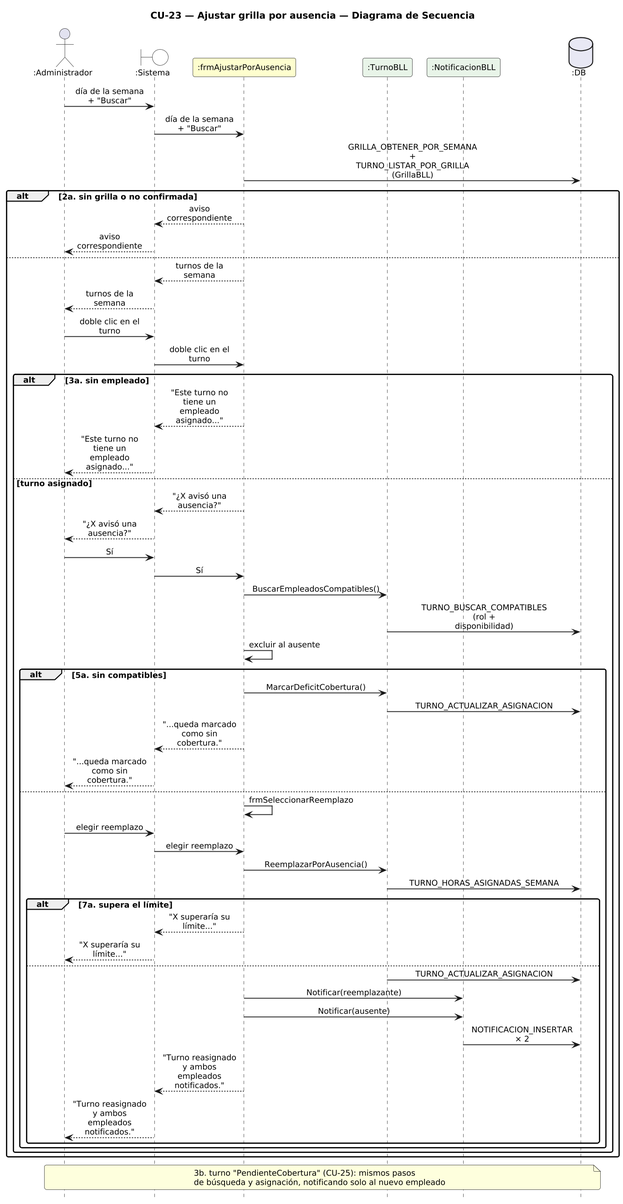
Urrels/ingenieria_software keeps this PlantUML diagram as DIAGRAMAS/DiagramaSecuencia_CU23_AjustarGrillaAusencia.png. Above is the earlier version.
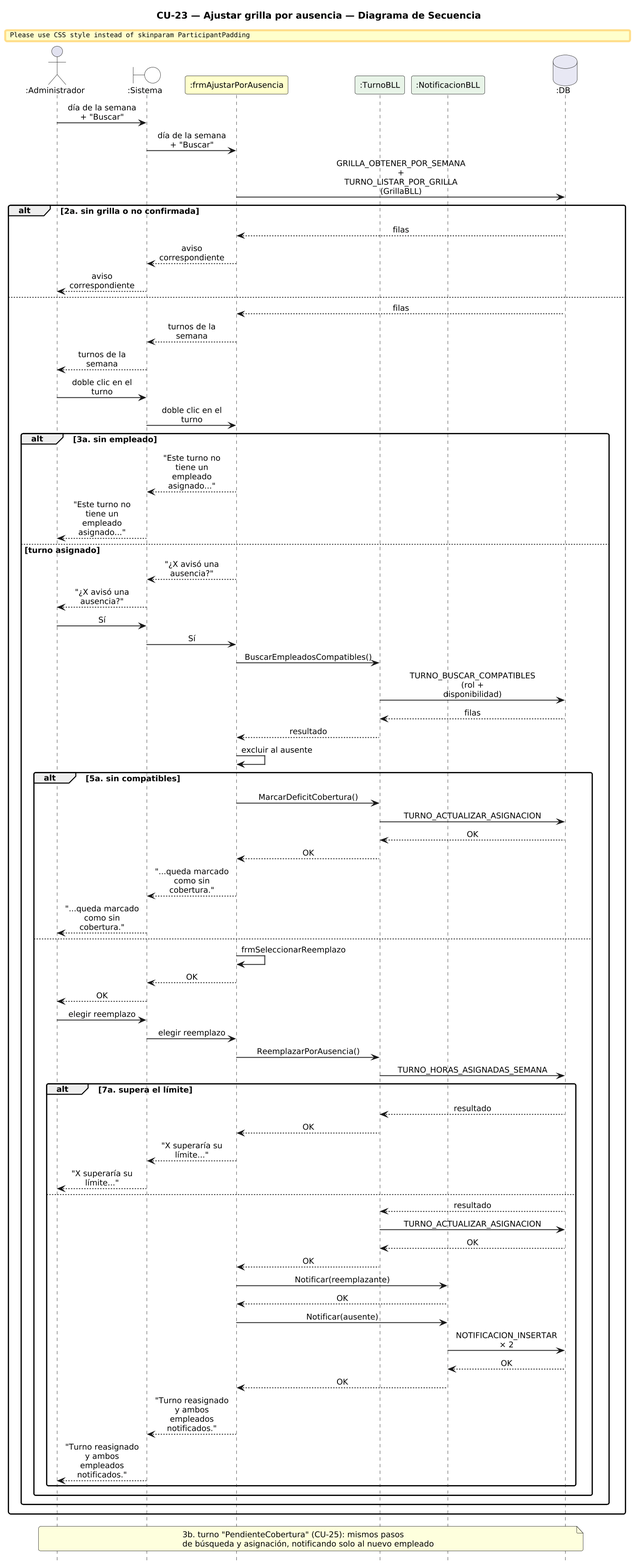
After the change.

Change to the diagram source:
```diff
@@ -24,9 +24,11 @@
 SYS -> F : día de la semana + "Buscar"
 F -> DB : GRILLA_OBTENER_POR_SEMANA\n+ TURNO_LISTAR_POR_GRILLA\n(GrillaBLL)
 alt 2a. sin grilla o no confirmada
+  DB --> F : filas
   F --> SYS : aviso correspondiente
   SYS --> A : aviso correspondiente
 else
+  DB --> F : filas
   F --> SYS : turnos de la semana
   SYS --> A : turnos de la semana
   A -> SYS : doble clic en el turno
@@ -41,26 +43,40 @@
     SYS -> F : Sí
     F -> T : BuscarEmpleadosCompatibles()
     T -> DB : TURNO_BUSCAR_COMPATIBLES\n(rol + disponibilidad)
+    DB --> T : filas
+    T --> F : resultado
     F -> F : excluir al ausente
     alt 5a. sin compatibles
       F -> T : MarcarDeficitCobertura()
       T -> DB : TURNO_ACTUALIZAR_ASIGNACION
+      DB --> T : OK
+      T --> F : OK
       F --> SYS : "...queda marcado\ncomo sin cobertura."
       SYS --> A : "...queda marcado\ncomo sin cobertura."
     else
       F -> F : frmSeleccionarReemplazo
+      F --> SYS : OK
+      SYS --> A : OK
       A -> SYS : elegir reemplazo
       SYS -> F : elegir reemplazo
       F -> T : ReemplazarPorAusencia()
       T -> DB : TURNO_HORAS_ASIGNADAS_SEMANA
       alt 7a. supera el límite
+        DB --> T : resultado
+        T --> F : OK
         F --> SYS : "X superaría su límite..."
         SYS --> A : "X superaría su límite..."
       else
+        DB --> T : resultado
         T -> DB : TURNO_ACTUALIZAR_ASIGNACION
+        DB --> T : OK
+        T --> F : OK
         F -> N : Notificar(reemplazante)
+        N --> F : OK
         F -> N : Notificar(ausente)
         N -> DB : NOTIFICACION_INSERTAR × 2
+        DB --> N : OK
+        N --> F : OK
         F --> SYS : "Turno reasignado y ambos\nempleados notificados."
         SYS --> A : "Turno reasignado y ambos\nempleados notificados."
       end
```
